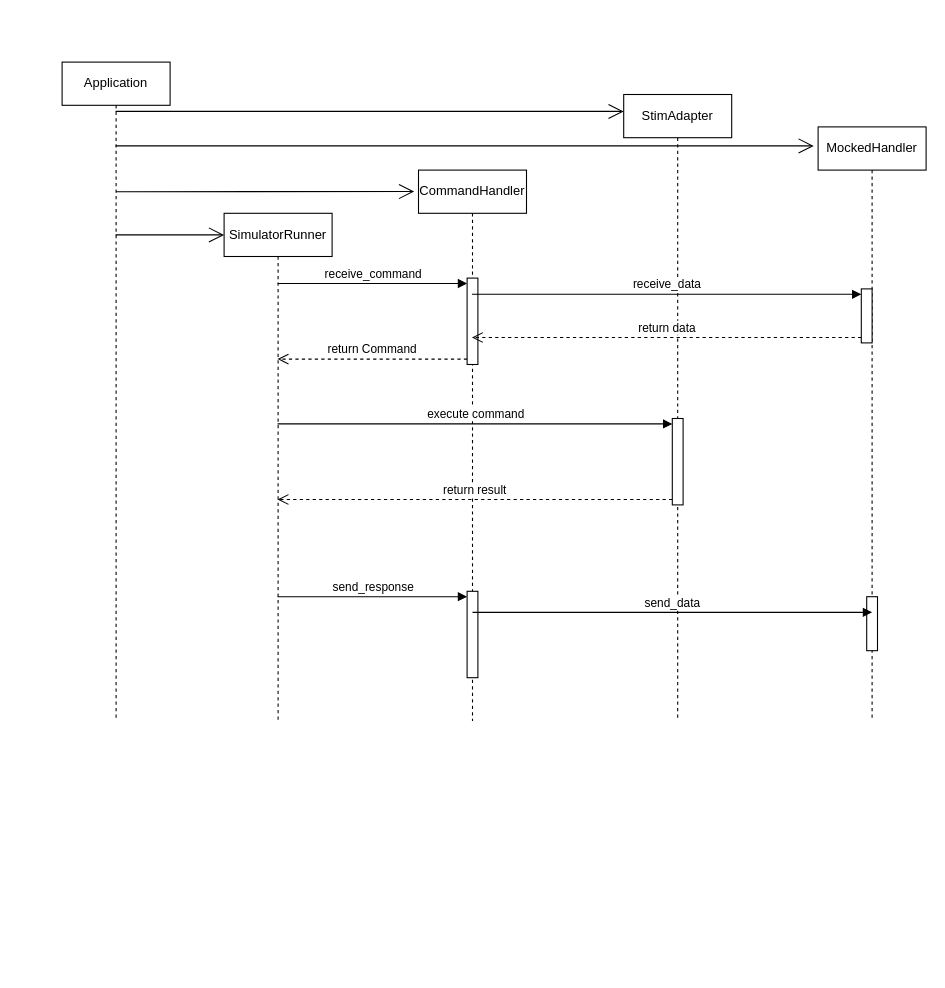
Above: page "SequenceDiagram_SimpleMocked" (2 of 3) of docs/Design/SingleThreaded.drawio in SoftwareQuTech/QiLab (draw.io), before the change. Source tidied: cells renumbered, new cells numbered last; positions are measured from the earlier drawing's top-left corner, leaving out a move shared by most shapes. Both pictures are drawn from the tidied source at 108%, with x=0, y=0 at pixel (62, 62).
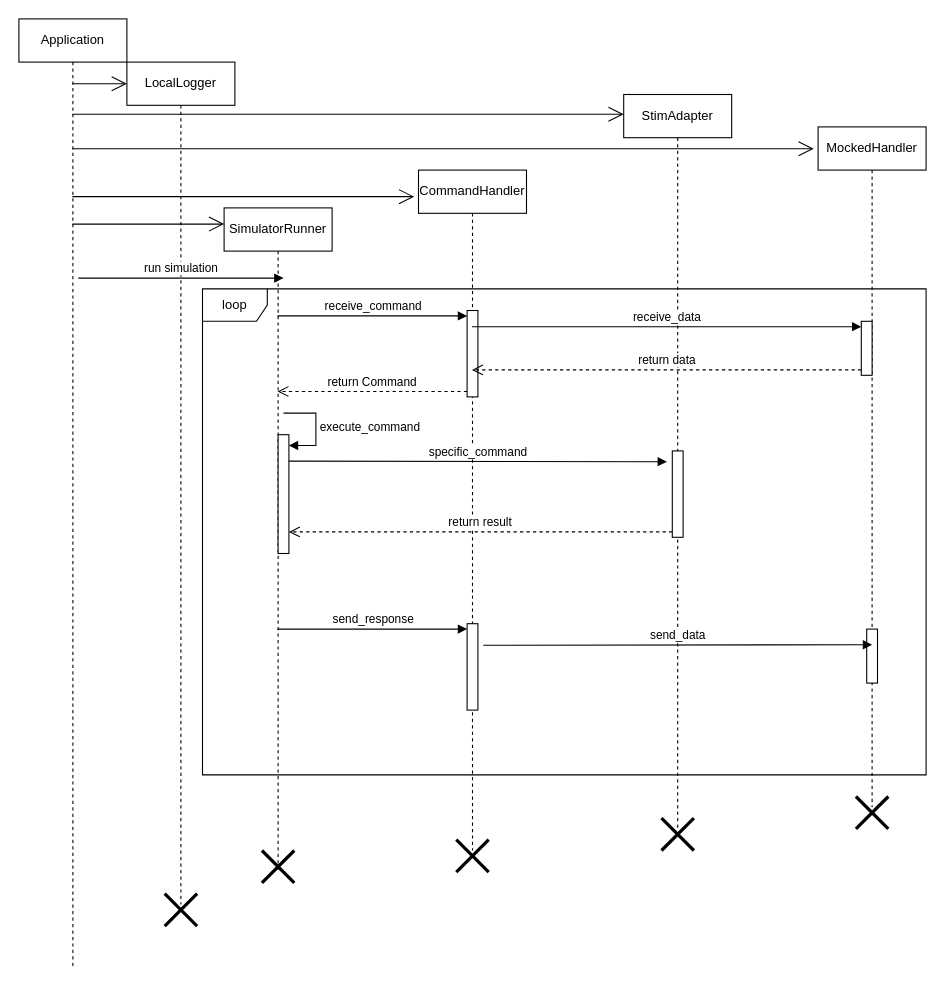
After the change.

The edit, as a diff of the source:
```diff
@@
     <mxCell id="2" value="Application" style="shape=umlLifeline;perimeter=lifelinePerimeter;whiteSpace=wrap;html=1;outlineConnect=0;portConstraint=eastwest;newEdgeStyle={&quot;curved&quot;:0,&quot;rounded&quot;:0};" parent="1" vertex="1">
-      <mxGeometry width="100" height="610" as="geometry" />
+      <mxGeometry x="-40" y="-40" width="100" height="880" as="geometry" />
     </mxCell>
     <mxCell id="3" value="SimulatorRunner" style="shape=umlLifeline;perimeter=lifelinePerimeter;whiteSpace=wrap;html=1;outlineConnect=0;portConstraint=eastwest;newEdgeStyle={&quot;curved&quot;:0,&quot;rounded&quot;:0};" parent="1" vertex="1">
-      <mxGeometry x="150" y="140" width="100" height="470" as="geometry" />
+      <mxGeometry x="150" y="135" width="100" height="615" as="geometry" />
     </mxCell>
+    <mxCell id="24" style="html=1;points=[[0,0,0,0,5],[0,1,0,0,-5],[1,0,0,0,5],[1,1,0,0,-5]];perimeter=orthogonalPerimeter;outlineConnect=0;targetShapes=umlLifeline;portConstraint=eastwest;newEdgeStyle={&quot;curved&quot;:0,&quot;rounded&quot;:0};" parent="3" vertex="1">
+      <mxGeometry x="50" y="210" width="10" height="110" as="geometry" />
+    </mxCell>
+    <mxCell id="25" value="execute_command" style="html=1;align=left;spacingLeft=2;endArrow=block;rounded=0;edgeStyle=orthogonalEdgeStyle;curved=0;rounded=0;" parent="3" edge="1" target="24">
+      <mxGeometry relative="1" as="geometry">
+        <mxPoint x="55" y="190" as="sourcePoint" />
+        <Array as="points">
+          <mxPoint x="85" y="220" />
+        </Array>
+      </mxGeometry>
+    </mxCell>
+    <mxCell id="26" style="shape=umlDestroy;whiteSpace=wrap;html=1;strokeWidth=3;targetShapes=umlLifeline;" parent="3" vertex="1">
+      <mxGeometry x="35" y="595" width="30" height="30" as="geometry" />
+    </mxCell>
     <mxCell id="4" value="CommandHandler" style="shape=umlLifeline;perimeter=lifelinePerimeter;whiteSpace=wrap;html=1;outlineConnect=0;portConstraint=eastwest;newEdgeStyle={&quot;curved&quot;:0,&quot;rounded&quot;:0};" parent="1" vertex="1">
-      <mxGeometry x="330" y="100" width="100" height="510" as="geometry" />
+      <mxGeometry x="330" y="100" width="100" height="630" as="geometry" />
     </mxCell>
     <mxCell id="5" style="html=1;points=[[0,0,0,0,5],[0,1,0,0,-5],[1,0,0,0,5],[1,1,0,0,-5]];perimeter=orthogonalPerimeter;outlineConnect=0;targetShapes=umlLifeline;portConstraint=eastwest;newEdgeStyle={&quot;curved&quot;:0,&quot;rounded&quot;:0};" parent="4" vertex="1">
-      <mxGeometry x="45" y="100" width="10" height="80" as="geometry" />
+      <mxGeometry x="45" y="130" width="10" height="80" as="geometry" />
     </mxCell>
     <mxCell id="6" style="html=1;points=[[0,0,0,0,5],[0,1,0,0,-5],[1,0,0,0,5],[1,1,0,0,-5]];perimeter=orthogonalPerimeter;outlineConnect=0;targetShapes=umlLifeline;portConstraint=eastwest;newEdgeStyle={&quot;curved&quot;:0,&quot;rounded&quot;:0};" parent="4" vertex="1">
-      <mxGeometry x="45" y="390" width="10" height="80" as="geometry" />
+      <mxGeometry x="45" y="420" width="10" height="80" as="geometry" />
     </mxCell>
+    <mxCell id="27" style="shape=umlDestroy;whiteSpace=wrap;html=1;strokeWidth=3;targetShapes=umlLifeline;" parent="4" vertex="1">
+      <mxGeometry x="35" y="620" width="30" height="30" as="geometry" />
+    </mxCell>
     <mxCell id="7" value="MockedHandler" style="shape=umlLifeline;perimeter=lifelinePerimeter;whiteSpace=wrap;html=1;outlineConnect=0;portConstraint=eastwest;newEdgeStyle={&quot;curved&quot;:0,&quot;rounded&quot;:0};" parent="1" vertex="1">
-      <mxGeometry x="700" y="60" width="100" height="550" as="geometry" />
+      <mxGeometry x="700" y="60" width="100" height="630" as="geometry" />
     </mxCell>
     <mxCell id="8" style="html=1;points=[[0,0,0,0,5],[0,1,0,0,-5],[1,0,0,0,5],[1,1,0,0,-5]];perimeter=orthogonalPerimeter;outlineConnect=0;targetShapes=umlLifeline;portConstraint=eastwest;newEdgeStyle={&quot;curved&quot;:0,&quot;rounded&quot;:0};" parent="7" vertex="1">
-      <mxGeometry x="40" y="150" width="10" height="50" as="geometry" />
+      <mxGeometry x="40" y="180" width="10" height="50" as="geometry" />
     </mxCell>
     <mxCell id="9" style="html=1;perimeter=orthogonalPerimeter;targetShapes=umlLifeline;newEdgeStyle={&quot;curved&quot;:0,&quot;rounded&quot;:0};" parent="7" vertex="1">
-      <mxGeometry x="45" y="435" width="10" height="50" as="geometry" />
+      <mxGeometry x="45" y="465" width="10" height="50" as="geometry" />
     </mxCell>
+    <mxCell id="28" style="shape=umlDestroy;whiteSpace=wrap;html=1;strokeWidth=3;targetShapes=umlLifeline;" parent="7" vertex="1">
+      <mxGeometry x="35" y="620" width="30" height="30" as="geometry" />
+    </mxCell>
     <mxCell id="10" value="StimAdapter" style="shape=umlLifeline;perimeter=lifelinePerimeter;whiteSpace=wrap;html=1;outlineConnect=0;portConstraint=eastwest;newEdgeStyle={&quot;curved&quot;:0,&quot;rounded&quot;:0};" parent="1" vertex="1">
-      <mxGeometry x="520" y="30" width="100" height="580" as="geometry" />
+      <mxGeometry x="520" y="30" width="100" height="680" as="geometry" />
     </mxCell>
     <mxCell id="11" style="html=1;points=[[0,0,0,0,5],[0,1,0,0,-5],[1,0,0,0,5],[1,1,0,0,-5]];perimeter=orthogonalPerimeter;outlineConnect=0;targetShapes=umlLifeline;portConstraint=eastwest;newEdgeStyle={&quot;curved&quot;:0,&quot;rounded&quot;:0};" parent="10" vertex="1">
-      <mxGeometry x="45" y="300" width="10" height="80" as="geometry" />
+      <mxGeometry x="45" y="330" width="10" height="80" as="geometry" />
     </mxCell>
+    <mxCell id="29" style="shape=umlDestroy;whiteSpace=wrap;html=1;strokeWidth=3;targetShapes=umlLifeline;" parent="10" vertex="1">
+      <mxGeometry x="35" y="670" width="30" height="30" as="geometry" />
+    </mxCell>
@@
-    <mxCell id="14" style="endArrow=open;endFill=1;endSize=12;html=1;rounded=0;entryX=0;entryY=0.027;entryDx=0;entryDy=0;entryPerimeter=0;" parent="1" edge="1" source="2">
+    <mxCell id="14" style="endArrow=open;endFill=1;endSize=12;html=1;rounded=0;entryX=0;entryY=0.027;entryDx=0;entryDy=0;entryPerimeter=0;" parent="1" edge="1">
       <mxGeometry relative="1" as="geometry">
-        <mxPoint x="150" y="160" as="targetPoint" />
+        <mxPoint x="9.5" y="150" as="sourcePoint" />
+        <mxPoint x="150" y="150" as="targetPoint" />
       </mxGeometry>
     </mxCell>
-    <mxCell id="15" style="endArrow=open;endFill=1;endSize=12;html=1;rounded=0;entryX=-0.04;entryY=0.039;entryDx=0;entryDy=0;entryPerimeter=0;" parent="1" edge="1" target="4">
-      <mxGeometry relative="1" as="geometry">
-        <mxPoint x="50" y="120" as="sourcePoint" />
-      </mxGeometry>
+    <mxCell id="15" style="endArrow=open;endFill=1;endSize=12;html=1;rounded=0;entryX=-0.04;entryY=0.039;entryDx=0;entryDy=0;entryPerimeter=0;" parent="1" edge="1" source="2" target="4">
+      <mxGeometry relative="1" as="geometry" />
     </mxCell>
-    <mxCell id="16" value="receive_command" style="html=1;verticalAlign=bottom;endArrow=block;curved=0;rounded=0;entryX=0;entryY=0;entryDx=0;entryDy=5;" parent="1" edge="1" source="3" target="5">
-      <mxGeometry relative="1" as="geometry" />
+    <mxCell id="16" value="receive_command" style="html=1;verticalAlign=bottom;endArrow=block;curved=0;rounded=0;entryX=0;entryY=0;entryDx=0;entryDy=5;" parent="1" edge="1" target="5">
+      <mxGeometry relative="1" as="geometry">
+        <mxPoint x="199.5" y="235" as="sourcePoint" />
+      </mxGeometry>
     </mxCell>
-    <mxCell id="17" value="return Command" style="html=1;verticalAlign=bottom;endArrow=open;dashed=1;endSize=8;curved=0;rounded=0;exitX=0;exitY=1;exitDx=0;exitDy=-5;" parent="1" edge="1" source="5" target="3">
-      <mxGeometry relative="1" as="geometry" />
+    <mxCell id="17" value="return Command" style="html=1;verticalAlign=bottom;endArrow=open;dashed=1;endSize=8;curved=0;rounded=0;exitX=0;exitY=1;exitDx=0;exitDy=-5;" parent="1" edge="1" source="5">
+      <mxGeometry relative="1" as="geometry">
+        <mxPoint x="199.5" y="305" as="targetPoint" />
+      </mxGeometry>
     </mxCell>
-    <mxCell id="18" value="receive_data" style="html=1;verticalAlign=bottom;endArrow=block;curved=0;rounded=0;entryX=0;entryY=0;entryDx=0;entryDy=5;" parent="1" edge="1" source="4" target="8">
-      <mxGeometry relative="1" as="geometry" />
+    <mxCell id="18" value="receive_data" style="html=1;verticalAlign=bottom;endArrow=block;curved=0;rounded=0;entryX=0;entryY=0;entryDx=0;entryDy=5;" parent="1" edge="1" target="8">
+      <mxGeometry relative="1" as="geometry">
+        <mxPoint x="379.5" y="245" as="sourcePoint" />
+      </mxGeometry>
     </mxCell>
-    <mxCell id="19" value="return data" style="html=1;verticalAlign=bottom;endArrow=open;dashed=1;endSize=8;curved=0;rounded=0;exitX=0;exitY=1;exitDx=0;exitDy=-5;" parent="1" edge="1" source="8" target="4">
-      <mxGeometry relative="1" as="geometry" />
+    <mxCell id="19" value="return data" style="html=1;verticalAlign=bottom;endArrow=open;dashed=1;endSize=8;curved=0;rounded=0;exitX=0;exitY=1;exitDx=0;exitDy=-5;" parent="1" edge="1" source="8">
+      <mxGeometry relative="1" as="geometry">
+        <mxPoint x="379.5" y="285" as="targetPoint" />
+      </mxGeometry>
     </mxCell>
-    <mxCell id="20" value="execute command" style="html=1;verticalAlign=bottom;endArrow=block;curved=0;rounded=0;entryX=0;entryY=0;entryDx=0;entryDy=5;" parent="1" edge="1" source="3" target="11">
-      <mxGeometry relative="1" as="geometry" />
+    <mxCell id="20" value="specific_command" style="html=1;verticalAlign=bottom;endArrow=block;curved=0;rounded=0;" parent="1" edge="1">
+      <mxGeometry relative="1" as="geometry">
+        <mxPoint x="210" y="369.5" as="sourcePoint" />
+        <mxPoint x="560" y="370" as="targetPoint" />
+      </mxGeometry>
     </mxCell>
-    <mxCell id="21" value="return result" style="html=1;verticalAlign=bottom;endArrow=open;dashed=1;endSize=8;curved=0;rounded=0;exitX=0;exitY=1;exitDx=0;exitDy=-5;" parent="1" edge="1" source="11" target="3">
-      <mxGeometry relative="1" as="geometry" />
+    <mxCell id="21" value="return result" style="html=1;verticalAlign=bottom;endArrow=open;dashed=1;endSize=8;curved=0;rounded=0;exitX=0;exitY=1;exitDx=0;exitDy=-5;" parent="1" edge="1" source="11">
+      <mxGeometry relative="1" as="geometry">
+        <mxPoint x="210" y="435" as="targetPoint" />
+      </mxGeometry>
     </mxCell>
-    <mxCell id="22" value="send_response" style="html=1;verticalAlign=bottom;endArrow=block;curved=0;rounded=0;entryX=0;entryY=0;entryDx=0;entryDy=5;" parent="1" edge="1" source="3" target="6">
-      <mxGeometry relative="1" as="geometry" />
+    <mxCell id="22" value="send_response" style="html=1;verticalAlign=bottom;endArrow=block;curved=0;rounded=0;entryX=0;entryY=0;entryDx=0;entryDy=5;" parent="1" edge="1" target="6">
+      <mxGeometry relative="1" as="geometry">
+        <mxPoint x="199.5" y="525" as="sourcePoint" />
+      </mxGeometry>
     </mxCell>
-    <mxCell id="23" value="send_data" style="html=1;verticalAlign=bottom;endArrow=block;curved=0;rounded=0;entryX=0;entryY=0;entryDx=0;entryDy=5;exitX=0.5;exitY=0.244;exitDx=0;exitDy=0;exitPerimeter=0;" parent="1" edge="1" source="6">
+    <mxCell id="23" value="send_data" style="html=1;verticalAlign=bottom;endArrow=block;curved=0;rounded=0;entryX=0;entryY=0;entryDx=0;entryDy=5;" parent="1" edge="1">
       <mxGeometry relative="1" as="geometry">
-        <mxPoint x="750" y="509.5" as="targetPoint" />
+        <mxPoint x="390" y="540" as="sourcePoint" />
+        <mxPoint x="750" y="539.5" as="targetPoint" />
       </mxGeometry>
     </mxCell>
+    <mxCell id="30" value="loop" style="shape=umlFrame;whiteSpace=wrap;html=1;" parent="1" vertex="1">
+      <mxGeometry x="130" y="210" width="670" height="450" as="geometry" />
+    </mxCell>
+    <mxCell id="31" value="LocalLogger" style="shape=umlLifeline;perimeter=lifelinePerimeter;whiteSpace=wrap;html=1;newEdgeStyle={&quot;curved&quot;:0,&quot;rounded&quot;:0};" parent="1" vertex="1">
+      <mxGeometry x="60" width="100" height="780" as="geometry" />
+    </mxCell>
+    <mxCell id="32" style="endArrow=open;endFill=1;endSize=12;html=1;rounded=0;" parent="1" edge="1">
+      <mxGeometry relative="1" as="geometry">
+        <mxPoint x="9.5" y="20" as="sourcePoint" />
+        <mxPoint x="60" y="20" as="targetPoint" />
+      </mxGeometry>
+    </mxCell>
+    <mxCell id="33" value="run simulation" style="html=1;verticalAlign=bottom;endArrow=block;curved=0;rounded=0;" parent="1" edge="1">
+      <mxGeometry relative="1" as="geometry">
+        <mxPoint x="15" y="200" as="sourcePoint" />
+        <mxPoint x="205" y="200" as="targetPoint" />
+      </mxGeometry>
+    </mxCell>
+    <mxCell id="34" style="shape=umlDestroy;whiteSpace=wrap;html=1;strokeWidth=3;targetShapes=umlLifeline;" parent="1" vertex="1">
+      <mxGeometry x="95" y="770" width="30" height="30" as="geometry" />
+    </mxCell>
```
